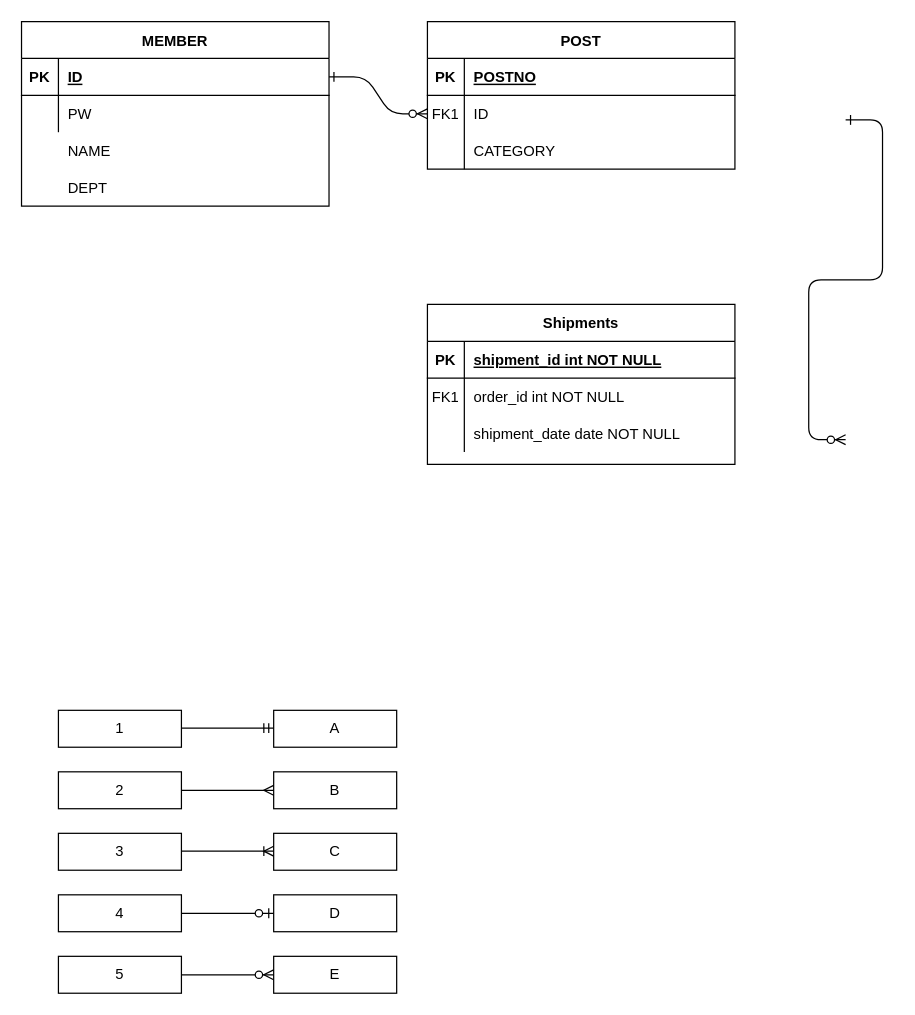
Above: 사원게시판 연습.drawio in jghee717/ERD-PRAC (draw.io), before the change. Source tidied: cells renumbered, new cells numbered last; positions are measured from the earlier drawing's top-left corner, leaving out a move shared by most shapes. Both pictures are drawn from the tidied source at 123%, with x=0, y=0 at pixel (21, 21).
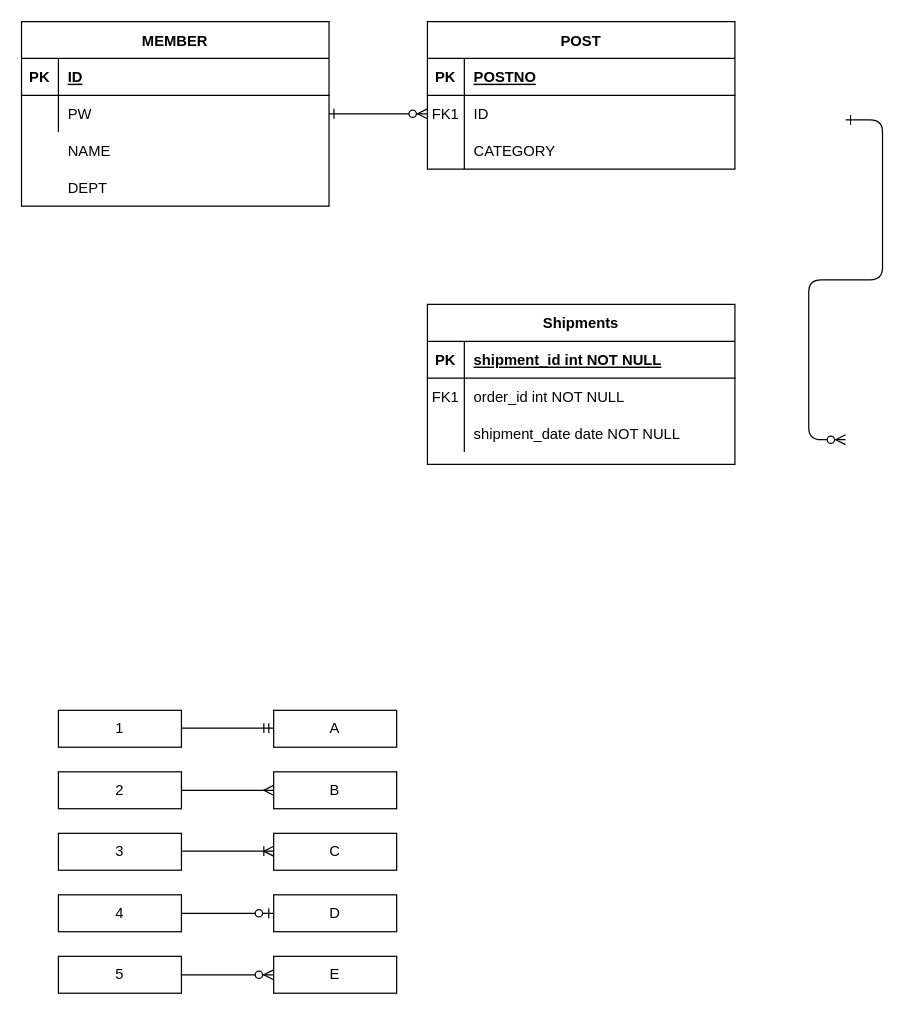
The same page after the edit.

Commit message:
사원게시판 연습.drawio 업데이트

The change refers to these unchanged cells:
```xml
<mxCell id="8" style="shape=partialRectangle;fillColor=none;points=[[0,0.5],[1,0.5]];portConstraint=eastwest;top=0;left=0;right=0;bottom=0;" parent="4" vertex="1">
  <mxGeometry y="60" width="250" height="30" as="geometry" />
</mxCell>
<mxCell id="25" style="shape=partialRectangle;fillColor=none;points=[[0,0.5],[1,0.5]];portConstraint=eastwest;top=0;left=0;right=0;bottom=1;" parent="24" vertex="1">
  <mxGeometry y="30" width="250" height="30" as="geometry" />
</mxCell>
<mxCell id="28" style="shape=partialRectangle;fillColor=none;points=[[0,0.5],[1,0.5]];portConstraint=eastwest;top=0;left=0;right=0;bottom=0;" parent="24" vertex="1">
  <mxGeometry y="60" width="250" height="30" as="geometry" />
</mxCell>
```

Diff of the diagram source:
```diff
@@
-    <mxCell id="2" style="edgeStyle=entityRelationEdgeStyle;endArrow=ERzeroToMany;startArrow=ERone;endFill=1;startFill=0;exitX=1;exitY=0.5;exitDx=0;exitDy=0;" parent="1" edge="1" source="25" target="8">
+    <mxCell id="2" style="edgeStyle=entityRelationEdgeStyle;endArrow=ERzeroToMany;startArrow=ERone;endFill=1;startFill=0;exitX=1;exitY=0.5;exitDx=0;exitDy=0;" parent="1" edge="1" source="28" target="8">
       <mxGeometry relative="1" as="geometry" />
     </mxCell>
```
